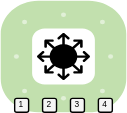
Above: Demo.drawio.svg in knotty-code/ether-forge (draw.io), before the change. Source tidied: cells renumbered, new cells last; positions are measured from the earlier drawing's top-left corner, leaving out a move shared by most shapes.
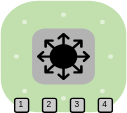
Above is the later version.

Change to the diagram source:
```diff
@@ -2,19 +2,19 @@
   <root>
     <mxCell id="0" />
     <mxCell id="1" parent="0" />
-    <mxCell id="2" style="verticalLabelPosition=bottom;sketch=0;html=1;verticalAlign=top;align=center;shape=mxgraph.cisco_safe.compositeIcon;bgIcon=mxgraph.cisco_safe.architecture.generic_appliance;resIcon=mxgraph.cisco_safe.architecture.l3_switch;" parent="1" vertex="1">
+    <mxCell id="2" style="verticalLabelPosition=bottom;sketch=0;html=1;verticalAlign=top;align=center;shape=mxgraph.cisco_safe.compositeIcon;bgIcon=mxgraph.cisco_safe.architecture.generic_appliance;resIcon=mxgraph.cisco_safe.architecture.l3_switch;gradientColor=none;fillStyle=solid;fillColor=light-dark(#B3B3B3,#EDEDED);" parent="1" vertex="1">
       <mxGeometry width="90" height="80" as="geometry" />
     </mxCell>
-    <mxCell id="3" value="&lt;div style=&quot;&quot;&gt;&lt;span style=&quot;font-size: 6px; background-color: transparent; color: light-dark(rgb(0, 0, 0), rgb(255, 255, 255)); line-height: 70%;&quot;&gt;4&lt;/span&gt;&lt;/div&gt;" style="rounded=1;whiteSpace=wrap;html=1;align=center;verticalAlign=middle;horizontal=1;fontStyle=0;convertToSvg=0;spacingTop=-4;fillColor=#f5f5f5;fontColor=#333333;strokeColor=light-dark(#000000, #959595);" parent="1" vertex="1">
+    <mxCell id="3" value="&lt;div style=&quot;&quot;&gt;&lt;span style=&quot;font-size: 6px; background-color: transparent; color: light-dark(rgb(0, 0, 0), rgb(255, 255, 255)); line-height: 70%;&quot;&gt;4&lt;/span&gt;&lt;/div&gt;" style="rounded=1;whiteSpace=wrap;html=1;align=center;verticalAlign=middle;horizontal=1;fontStyle=0;convertToSvg=0;spacingTop=-4;fillColor=#CCCCCC;fontColor=#333333;strokeColor=light-dark(#000000, #959595);fillStyle=solid;" parent="1" vertex="1">
       <mxGeometry x="70" y="70" width="10" height="10" as="geometry" />
     </mxCell>
-    <mxCell id="4" value="&lt;div style=&quot;&quot;&gt;&lt;span style=&quot;font-size: 6px; background-color: transparent; color: light-dark(rgb(0, 0, 0), rgb(255, 255, 255)); line-height: 70%;&quot;&gt;1&lt;/span&gt;&lt;/div&gt;" style="rounded=1;whiteSpace=wrap;html=1;align=center;verticalAlign=middle;horizontal=1;fontStyle=0;convertToSvg=0;spacingTop=-4;fillColor=#f5f5f5;fontColor=#333333;strokeColor=light-dark(#000000, #959595);" parent="1" vertex="1">
+    <mxCell id="4" value="&lt;div style=&quot;&quot;&gt;&lt;span style=&quot;font-size: 6px; background-color: transparent; color: light-dark(rgb(0, 0, 0), rgb(255, 255, 255)); line-height: 70%;&quot;&gt;1&lt;/span&gt;&lt;/div&gt;" style="rounded=1;whiteSpace=wrap;html=1;align=center;verticalAlign=middle;horizontal=1;fontStyle=0;convertToSvg=0;spacingTop=-4;fillColor=#CCCCCC;fontColor=#333333;strokeColor=light-dark(#000000, #959595);fillStyle=solid;" parent="1" vertex="1">
       <mxGeometry x="10" y="70" width="10" height="10" as="geometry" />
     </mxCell>
-    <mxCell id="5" value="&lt;div style=&quot;&quot;&gt;&lt;span style=&quot;font-size: 6px; background-color: transparent; color: light-dark(rgb(0, 0, 0), rgb(255, 255, 255)); line-height: 70%;&quot;&gt;2&lt;/span&gt;&lt;/div&gt;" style="rounded=1;whiteSpace=wrap;html=1;align=center;verticalAlign=middle;horizontal=1;fontStyle=0;convertToSvg=0;spacingTop=-4;fillColor=#f5f5f5;fontColor=#333333;strokeColor=light-dark(#000000, #959595);" parent="1" vertex="1">
+    <mxCell id="5" value="&lt;div style=&quot;&quot;&gt;&lt;span style=&quot;font-size: 6px; background-color: transparent; color: light-dark(rgb(0, 0, 0), rgb(255, 255, 255)); line-height: 70%;&quot;&gt;2&lt;/span&gt;&lt;/div&gt;" style="rounded=1;whiteSpace=wrap;html=1;align=center;verticalAlign=middle;horizontal=1;fontStyle=0;convertToSvg=0;spacingTop=-4;fillColor=#CCCCCC;fontColor=#333333;strokeColor=light-dark(#000000, #959595);fillStyle=solid;" parent="1" vertex="1">
       <mxGeometry x="30" y="70" width="10" height="10" as="geometry" />
     </mxCell>
-    <mxCell id="6" value="&lt;div style=&quot;&quot;&gt;&lt;span style=&quot;font-size: 6px; background-color: transparent; color: light-dark(rgb(0, 0, 0), rgb(255, 255, 255)); line-height: 70%;&quot;&gt;3&lt;/span&gt;&lt;/div&gt;" style="rounded=1;whiteSpace=wrap;html=1;align=center;verticalAlign=middle;horizontal=1;fontStyle=0;convertToSvg=0;spacingTop=-4;fillColor=#f5f5f5;fontColor=#333333;strokeColor=light-dark(#000000, #959595);" parent="1" vertex="1">
+    <mxCell id="6" value="&lt;div style=&quot;&quot;&gt;&lt;span style=&quot;font-size: 6px; background-color: transparent; color: light-dark(rgb(0, 0, 0), rgb(255, 255, 255)); line-height: 70%;&quot;&gt;3&lt;/span&gt;&lt;/div&gt;" style="rounded=1;whiteSpace=wrap;html=1;align=center;verticalAlign=middle;horizontal=1;fontStyle=0;convertToSvg=0;spacingTop=-4;fillColor=#CCCCCC;fontColor=#333333;strokeColor=light-dark(#000000, #959595);fillStyle=solid;" parent="1" vertex="1">
       <mxGeometry x="50" y="70" width="10" height="10" as="geometry" />
     </mxCell>
   </root>
```
